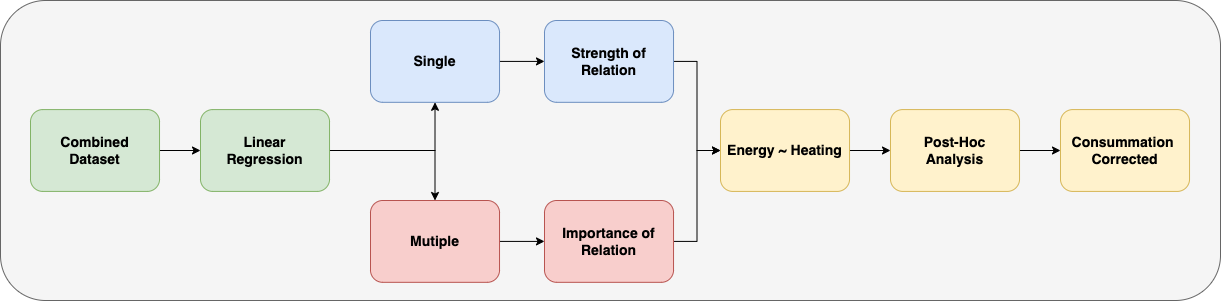
Before: data_analysis_projects/project_nine/mission_one_workflow.png, a diagram exported from draw.io (amaye15/Open_Classroom). Source tidied: cells renumbered, new cells last; positions are measured from the earlier drawing's top-left corner, leaving out a move shared by most shapes. The source it was exported from:
```xml
<mxGraphModel>
  <root>
    <mxCell id="0" />
    <mxCell id="1" parent="0" />
    <mxCell id="2" style="rounded=1;whiteSpace=wrap;html=1;fillColor=#f5f5f5;fontColor=#333333;strokeColor=#666666;fontSize=14;fontStyle=1;" parent="1" vertex="1">
      <mxGeometry width="1220" height="300" as="geometry" />
    </mxCell>
    <mxCell id="3" style="edgeStyle=orthogonalEdgeStyle;rounded=0;jettySize=auto;html=1;exitX=1;exitY=0.5;exitDx=0;exitDy=0;entryX=0;entryY=0.5;entryDx=0;entryDy=0;" parent="1" edge="1" source="4" target="11">
      <mxGeometry relative="1" as="geometry" />
    </mxCell>
    <mxCell id="4" value="Combined &lt;br&gt;Dataset" style="rounded=1;whiteSpace=wrap;html=1;fillColor=#d5e8d4;strokeColor=#82b366;fontSize=14;fontStyle=1;" parent="1" vertex="1">
      <mxGeometry x="30" y="109.1" width="129" height="81.8" as="geometry" />
    </mxCell>
    <mxCell id="5" style="edgeStyle=orthogonalEdgeStyle;rounded=0;jettySize=auto;html=1;exitX=1;exitY=0.5;exitDx=0;exitDy=0;entryX=0;entryY=0.5;entryDx=0;entryDy=0;" parent="1" edge="1" source="6" target="17">
      <mxGeometry relative="1" as="geometry" />
    </mxCell>
    <mxCell id="6" value="Strength of Relation" style="rounded=1;whiteSpace=wrap;html=1;fillColor=#dae8fc;strokeColor=#6c8ebf;fontSize=14;fontStyle=1;" parent="1" vertex="1">
      <mxGeometry x="544" y="20" width="129" height="81.8" as="geometry" />
    </mxCell>
    <mxCell id="7" style="edgeStyle=orthogonalEdgeStyle;rounded=0;jettySize=auto;html=1;exitX=1;exitY=0.5;exitDx=0;exitDy=0;entryX=0;entryY=0.5;entryDx=0;entryDy=0;" parent="1" edge="1" source="8" target="17">
      <mxGeometry relative="1" as="geometry" />
    </mxCell>
    <mxCell id="8" value="Importance of Relation" style="rounded=1;whiteSpace=wrap;html=1;fillColor=#f8cecc;strokeColor=#b85450;fontSize=14;fontStyle=1;" parent="1" vertex="1">
      <mxGeometry x="544" y="200" width="129" height="81.8" as="geometry" />
    </mxCell>
    <mxCell id="9" style="edgeStyle=orthogonalEdgeStyle;rounded=0;jettySize=auto;html=1;exitX=1;exitY=0.5;exitDx=0;exitDy=0;entryX=0.5;entryY=1;entryDx=0;entryDy=0;" parent="1" edge="1" source="11" target="13">
      <mxGeometry relative="1" as="geometry" />
    </mxCell>
    <mxCell id="10" style="edgeStyle=orthogonalEdgeStyle;rounded=0;jettySize=auto;html=1;exitX=1;exitY=0.5;exitDx=0;exitDy=0;" parent="1" edge="1" source="11" target="15">
      <mxGeometry relative="1" as="geometry" />
    </mxCell>
    <mxCell id="11" value="Linear &lt;br&gt;Regression" style="rounded=1;whiteSpace=wrap;html=1;fillColor=#d5e8d4;strokeColor=#82b366;fontSize=14;fontStyle=1;" parent="1" vertex="1">
      <mxGeometry x="200" y="109.1" width="129" height="81.8" as="geometry" />
    </mxCell>
    <mxCell id="12" style="edgeStyle=orthogonalEdgeStyle;rounded=0;jettySize=auto;html=1;exitX=1;exitY=0.5;exitDx=0;exitDy=0;entryX=0;entryY=0.5;entryDx=0;entryDy=0;" parent="1" edge="1" source="13" target="6">
      <mxGeometry relative="1" as="geometry" />
    </mxCell>
    <mxCell id="13" value="Single" style="rounded=1;whiteSpace=wrap;html=1;fillColor=#dae8fc;strokeColor=#6c8ebf;fontSize=14;fontStyle=1;" parent="1" vertex="1">
      <mxGeometry x="370" y="20" width="129" height="81.8" as="geometry" />
    </mxCell>
    <mxCell id="14" style="edgeStyle=orthogonalEdgeStyle;rounded=0;jettySize=auto;html=1;exitX=1;exitY=0.5;exitDx=0;exitDy=0;entryX=0;entryY=0.5;entryDx=0;entryDy=0;" parent="1" edge="1" source="15" target="8">
      <mxGeometry relative="1" as="geometry" />
    </mxCell>
    <mxCell id="15" value="Mutiple" style="rounded=1;whiteSpace=wrap;html=1;fillColor=#f8cecc;strokeColor=#b85450;fontSize=14;fontStyle=1;" parent="1" vertex="1">
      <mxGeometry x="370" y="200" width="129" height="81.8" as="geometry" />
    </mxCell>
    <mxCell id="16" style="edgeStyle=orthogonalEdgeStyle;rounded=0;jettySize=auto;html=1;exitX=1;exitY=0.5;exitDx=0;exitDy=0;entryX=0;entryY=0.5;entryDx=0;entryDy=0;" parent="1" edge="1" source="17" target="19">
      <mxGeometry relative="1" as="geometry" />
    </mxCell>
    <mxCell id="17" value="Energy ~ Heating" style="rounded=1;whiteSpace=wrap;html=1;fillColor=#fff2cc;strokeColor=#d6b656;fontSize=14;fontStyle=1;" parent="1" vertex="1">
      <mxGeometry x="720" y="109.1" width="129" height="81.8" as="geometry" />
    </mxCell>
    <mxCell id="18" style="edgeStyle=orthogonalEdgeStyle;rounded=0;jettySize=auto;html=1;exitX=1;exitY=0.5;exitDx=0;exitDy=0;" parent="1" edge="1" source="19" target="20">
      <mxGeometry relative="1" as="geometry" />
    </mxCell>
    <mxCell id="19" value="Post-Hoc &lt;br&gt;Analysis" style="rounded=1;whiteSpace=wrap;html=1;fillColor=#fff2cc;strokeColor=#d6b656;fontSize=14;fontStyle=1;" parent="1" vertex="1">
      <mxGeometry x="890" y="109.1" width="129" height="81.8" as="geometry" />
    </mxCell>
    <mxCell id="20" value="Consummation&amp;nbsp;&lt;br&gt;Corrected" style="rounded=1;whiteSpace=wrap;html=1;fillColor=#fff2cc;strokeColor=#d6b656;fontSize=14;fontStyle=1;" parent="1" vertex="1">
      <mxGeometry x="1060" y="109.1" width="129" height="81.8" as="geometry" />
    </mxCell>
  </root>
</mxGraphModel>
```
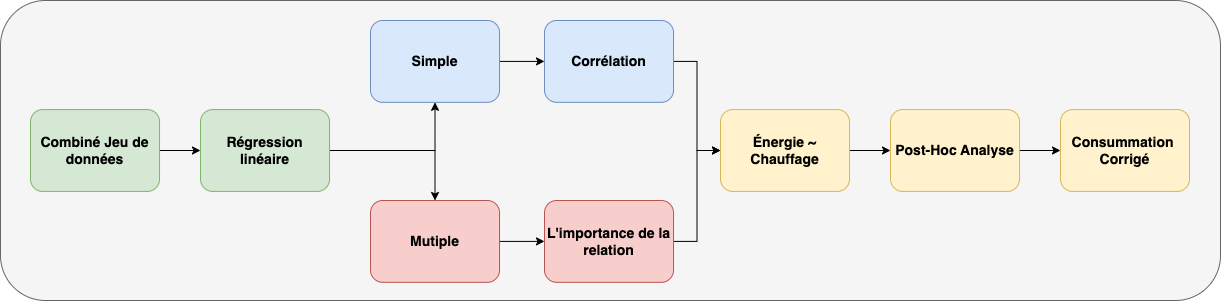
Later version of the same file.

Diff of the diagram source:
```diff
@@ -8,19 +8,19 @@
     <mxCell id="3" style="edgeStyle=orthogonalEdgeStyle;rounded=0;jettySize=auto;html=1;exitX=1;exitY=0.5;exitDx=0;exitDy=0;entryX=0;entryY=0.5;entryDx=0;entryDy=0;" parent="1" edge="1" source="4" target="11">
       <mxGeometry relative="1" as="geometry" />
     </mxCell>
-    <mxCell id="4" value="Combined &lt;br&gt;Dataset" style="rounded=1;whiteSpace=wrap;html=1;fillColor=#d5e8d4;strokeColor=#82b366;fontSize=14;fontStyle=1;" parent="1" vertex="1">
+    <mxCell id="4" value="Combiné Jeu de données" style="rounded=1;whiteSpace=wrap;html=1;fillColor=#d5e8d4;strokeColor=#82b366;fontSize=14;fontStyle=1;" parent="1" vertex="1">
       <mxGeometry x="30" y="109.1" width="129" height="81.8" as="geometry" />
     </mxCell>
     <mxCell id="5" style="edgeStyle=orthogonalEdgeStyle;rounded=0;jettySize=auto;html=1;exitX=1;exitY=0.5;exitDx=0;exitDy=0;entryX=0;entryY=0.5;entryDx=0;entryDy=0;" parent="1" edge="1" source="6" target="17">
       <mxGeometry relative="1" as="geometry" />
     </mxCell>
-    <mxCell id="6" value="Strength of Relation" style="rounded=1;whiteSpace=wrap;html=1;fillColor=#dae8fc;strokeColor=#6c8ebf;fontSize=14;fontStyle=1;" parent="1" vertex="1">
+    <mxCell id="6" value="Corrélation" style="rounded=1;whiteSpace=wrap;html=1;fillColor=#dae8fc;strokeColor=#6c8ebf;fontSize=14;fontStyle=1;" parent="1" vertex="1">
       <mxGeometry x="544" y="20" width="129" height="81.8" as="geometry" />
     </mxCell>
     <mxCell id="7" style="edgeStyle=orthogonalEdgeStyle;rounded=0;jettySize=auto;html=1;exitX=1;exitY=0.5;exitDx=0;exitDy=0;entryX=0;entryY=0.5;entryDx=0;entryDy=0;" parent="1" edge="1" source="8" target="17">
       <mxGeometry relative="1" as="geometry" />
     </mxCell>
-    <mxCell id="8" value="Importance of Relation" style="rounded=1;whiteSpace=wrap;html=1;fillColor=#f8cecc;strokeColor=#b85450;fontSize=14;fontStyle=1;" parent="1" vertex="1">
+    <mxCell id="8" value="L'importance de la relation" style="rounded=1;whiteSpace=wrap;html=1;fillColor=#f8cecc;strokeColor=#b85450;fontSize=14;fontStyle=1;" parent="1" vertex="1">
       <mxGeometry x="544" y="200" width="129" height="81.8" as="geometry" />
     </mxCell>
     <mxCell id="9" style="edgeStyle=orthogonalEdgeStyle;rounded=0;jettySize=auto;html=1;exitX=1;exitY=0.5;exitDx=0;exitDy=0;entryX=0.5;entryY=1;entryDx=0;entryDy=0;" parent="1" edge="1" source="11" target="13">
@@ -29,13 +29,13 @@
     <mxCell id="10" style="edgeStyle=orthogonalEdgeStyle;rounded=0;jettySize=auto;html=1;exitX=1;exitY=0.5;exitDx=0;exitDy=0;" parent="1" edge="1" source="11" target="15">
       <mxGeometry relative="1" as="geometry" />
     </mxCell>
-    <mxCell id="11" value="Linear &lt;br&gt;Regression" style="rounded=1;whiteSpace=wrap;html=1;fillColor=#d5e8d4;strokeColor=#82b366;fontSize=14;fontStyle=1;" parent="1" vertex="1">
+    <mxCell id="11" value="Régression linéaire" style="rounded=1;whiteSpace=wrap;html=1;fillColor=#d5e8d4;strokeColor=#82b366;fontSize=14;fontStyle=1;" parent="1" vertex="1">
       <mxGeometry x="200" y="109.1" width="129" height="81.8" as="geometry" />
     </mxCell>
     <mxCell id="12" style="edgeStyle=orthogonalEdgeStyle;rounded=0;jettySize=auto;html=1;exitX=1;exitY=0.5;exitDx=0;exitDy=0;entryX=0;entryY=0.5;entryDx=0;entryDy=0;" parent="1" edge="1" source="13" target="6">
       <mxGeometry relative="1" as="geometry" />
     </mxCell>
-    <mxCell id="13" value="Single" style="rounded=1;whiteSpace=wrap;html=1;fillColor=#dae8fc;strokeColor=#6c8ebf;fontSize=14;fontStyle=1;" parent="1" vertex="1">
+    <mxCell id="13" value="Simple" style="rounded=1;whiteSpace=wrap;html=1;fillColor=#dae8fc;strokeColor=#6c8ebf;fontSize=14;fontStyle=1;" parent="1" vertex="1">
       <mxGeometry x="370" y="20" width="129" height="81.8" as="geometry" />
     </mxCell>
     <mxCell id="14" style="edgeStyle=orthogonalEdgeStyle;rounded=0;jettySize=auto;html=1;exitX=1;exitY=0.5;exitDx=0;exitDy=0;entryX=0;entryY=0.5;entryDx=0;entryDy=0;" parent="1" edge="1" source="15" target="8">
@@ -47,16 +47,16 @@
     <mxCell id="16" style="edgeStyle=orthogonalEdgeStyle;rounded=0;jettySize=auto;html=1;exitX=1;exitY=0.5;exitDx=0;exitDy=0;entryX=0;entryY=0.5;entryDx=0;entryDy=0;" parent="1" edge="1" source="17" target="19">
       <mxGeometry relative="1" as="geometry" />
     </mxCell>
-    <mxCell id="17" value="Energy ~ Heating" style="rounded=1;whiteSpace=wrap;html=1;fillColor=#fff2cc;strokeColor=#d6b656;fontSize=14;fontStyle=1;" parent="1" vertex="1">
+    <mxCell id="17" value="Énergie ~ Chauffage" style="rounded=1;whiteSpace=wrap;html=1;fillColor=#fff2cc;strokeColor=#d6b656;fontSize=14;fontStyle=1;" parent="1" vertex="1">
       <mxGeometry x="720" y="109.1" width="129" height="81.8" as="geometry" />
     </mxCell>
     <mxCell id="18" style="edgeStyle=orthogonalEdgeStyle;rounded=0;jettySize=auto;html=1;exitX=1;exitY=0.5;exitDx=0;exitDy=0;" parent="1" edge="1" source="19" target="20">
       <mxGeometry relative="1" as="geometry" />
     </mxCell>
-    <mxCell id="19" value="Post-Hoc &lt;br&gt;Analysis" style="rounded=1;whiteSpace=wrap;html=1;fillColor=#fff2cc;strokeColor=#d6b656;fontSize=14;fontStyle=1;" parent="1" vertex="1">
+    <mxCell id="19" value="Post-Hoc Analyse" style="rounded=1;whiteSpace=wrap;html=1;fillColor=#fff2cc;strokeColor=#d6b656;fontSize=14;fontStyle=1;" parent="1" vertex="1">
       <mxGeometry x="890" y="109.1" width="129" height="81.8" as="geometry" />
     </mxCell>
-    <mxCell id="20" value="Consummation&amp;nbsp;&lt;br&gt;Corrected" style="rounded=1;whiteSpace=wrap;html=1;fillColor=#fff2cc;strokeColor=#d6b656;fontSize=14;fontStyle=1;" parent="1" vertex="1">
+    <mxCell id="20" value="Consummation&amp;nbsp; Corrigé" style="rounded=1;whiteSpace=wrap;html=1;fillColor=#fff2cc;strokeColor=#d6b656;fontSize=14;fontStyle=1;" parent="1" vertex="1">
       <mxGeometry x="1060" y="109.1" width="129" height="81.8" as="geometry" />
     </mxCell>
   </root>
```
